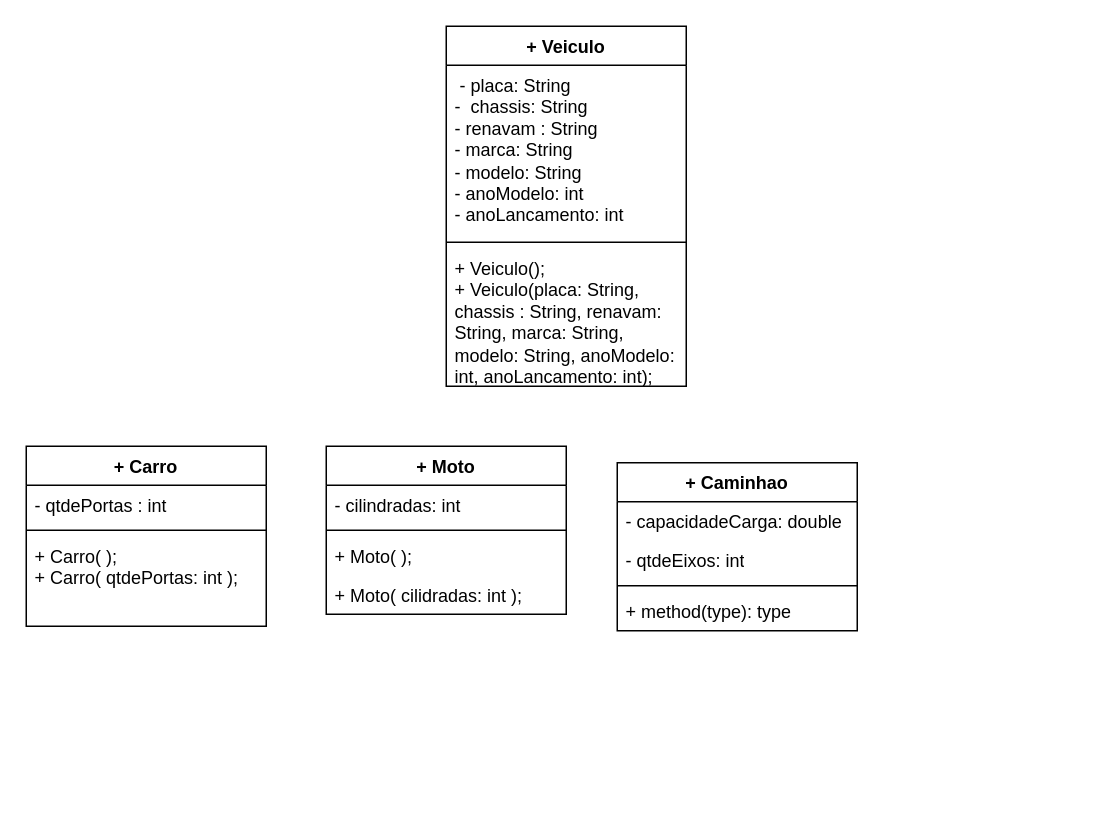
Krittz/IFTM-ADS keeps this draw.io diagram as Análise e Projetos Orientados a Objetos/Lista03/Diagrama sem nome.drawio. Above is the earlier version. Source tidied: cells renumbered, new cells numbered last; positions are measured from the earlier drawing's top-left corner, leaving out a move shared by most shapes. Both pictures are drawn from the tidied source at 150%, with x=0, y=0 at pixel (26, 26).
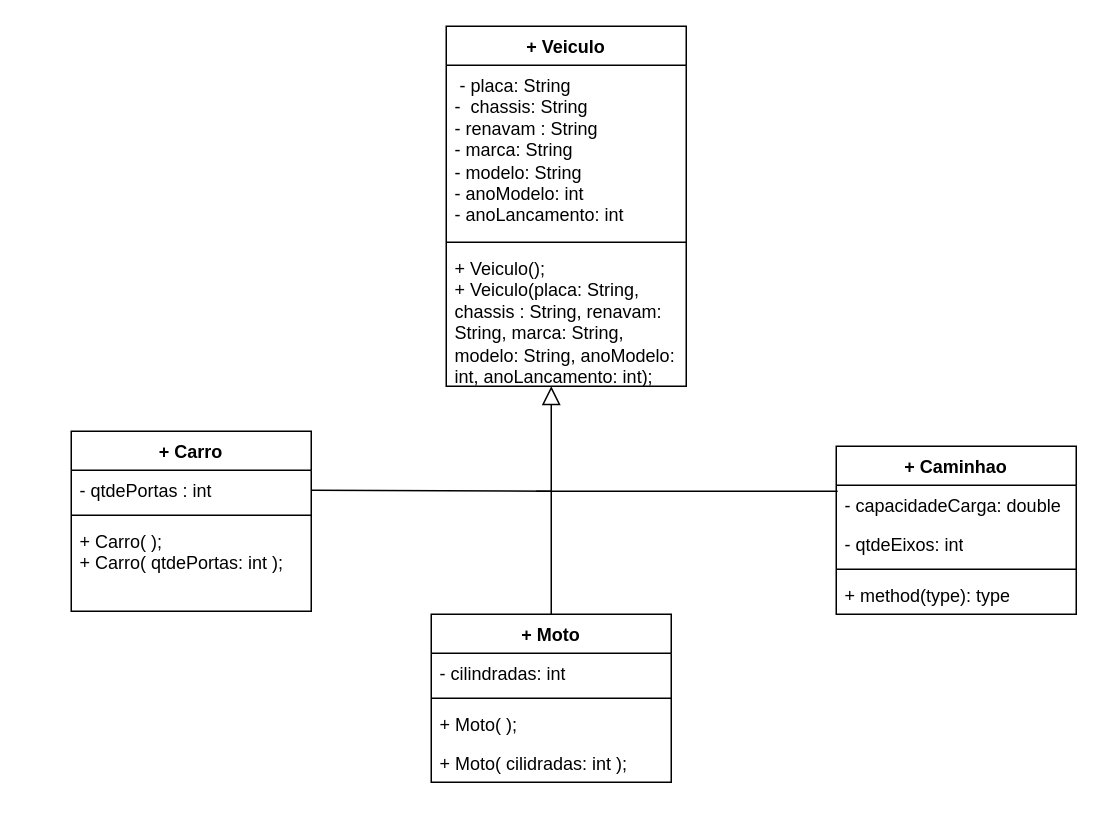
The same diagram, later.

The change refers to these unchanged cells:
```xml
<mxCell id="7" value="- qtdePortas : int" style="text;strokeColor=none;fillColor=none;align=left;verticalAlign=top;spacingLeft=4;spacingRight=4;overflow=hidden;points=[[0,0.5],[1,0.5]];portConstraint=eastwest;whiteSpace=wrap;html=1;" parent="6" vertex="1">
  <mxGeometry y="26" width="160" height="26" as="geometry" />
</mxCell>
<mxCell id="16" value="- capacidadeCarga: double" style="text;strokeColor=none;fillColor=none;align=left;verticalAlign=top;spacingLeft=4;spacingRight=4;overflow=hidden;points=[[0,0.5],[1,0.5]];portConstraint=eastwest;whiteSpace=wrap;html=1;" parent="15" vertex="1">
  <mxGeometry y="26" width="160" height="26" as="geometry" />
</mxCell>
```

What changed in the source:
```diff
@@
     <mxCell id="6" value="+ Carro&lt;br&gt;" style="swimlane;fontStyle=1;align=center;verticalAlign=top;horizontal=1;startSize=26;whiteSpace=wrap;html=1;" parent="1" vertex="1">
-      <mxGeometry y="280" width="160" height="120" as="geometry" />
+      <mxGeometry x="30" y="270" width="160" height="120" as="geometry" />
     </mxCell>
@@
     <mxCell id="10" value="+ Moto" style="swimlane;fontStyle=1;align=center;verticalAlign=top;horizontal=1;startSize=26;whiteSpace=wrap;html=1;" parent="1" vertex="1">
-      <mxGeometry x="200" y="280" width="160" height="112" as="geometry" />
+      <mxGeometry x="270" y="392" width="160" height="112" as="geometry" />
     </mxCell>
@@
     <mxCell id="15" value="+ Caminhao&lt;br&gt;" style="swimlane;fontStyle=1;align=center;verticalAlign=top;horizontal=1;startSize=26;whiteSpace=wrap;html=1;" parent="1" vertex="1">
-      <mxGeometry x="394" y="291" width="160" height="112" as="geometry" />
+      <mxGeometry x="540" y="280" width="160" height="112" as="geometry" />
     </mxCell>
@@
+    <mxCell id="20" style="endArrow=block;endSize=10;endFill=0;shadow=0;strokeWidth=1;rounded=0;edgeStyle=elbowEdgeStyle;elbow=vertical;" parent="1" edge="1" source="10">
+      <mxGeometry relative="1" as="geometry">
+        <mxPoint x="350" y="240" as="targetPoint" />
+      </mxGeometry>
+    </mxCell>
+    <mxCell id="21" style="endArrow=none;html=1;rounded=0;" parent="1" edge="1" source="7">
+      <mxGeometry relative="1" as="geometry">
+        <mxPoint x="350" y="310" as="targetPoint" />
+      </mxGeometry>
+    </mxCell>
+    <mxCell id="22" style="endArrow=none;html=1;rounded=0;entryX=0.006;entryY=0.154;entryDx=0;entryDy=0;entryPerimeter=0;" parent="1" edge="1" target="16">
+      <mxGeometry relative="1" as="geometry">
+        <mxPoint x="340" y="310" as="sourcePoint" />
+      </mxGeometry>
+    </mxCell>
```
